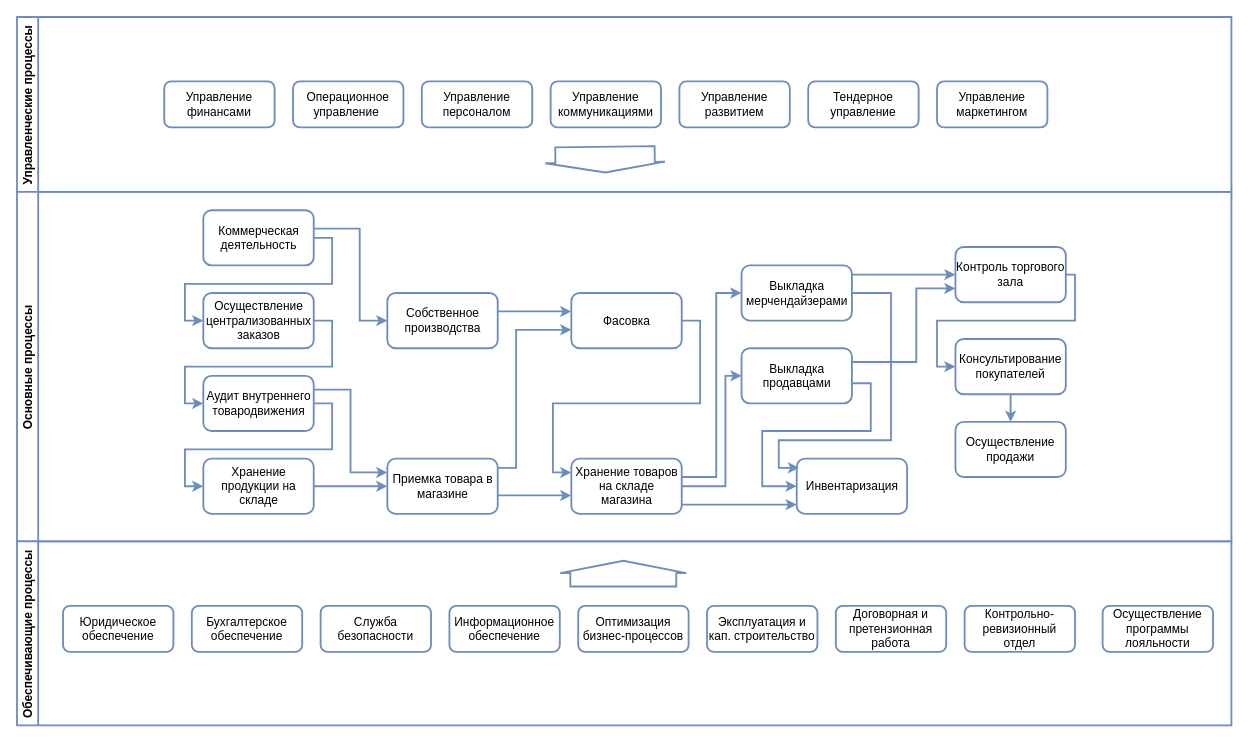
Earlier version of the draw.io diagram testFolder/25.02.22.drawio (Rientaro/lolo). Source tidied: cells renumbered, new cells numbered last; positions are measured from the earlier drawing's top-left corner, leaving out a move shared by most shapes. Both pictures are drawn from the tidied source at 92%, with x=0, y=0 at pixel (17, 17).
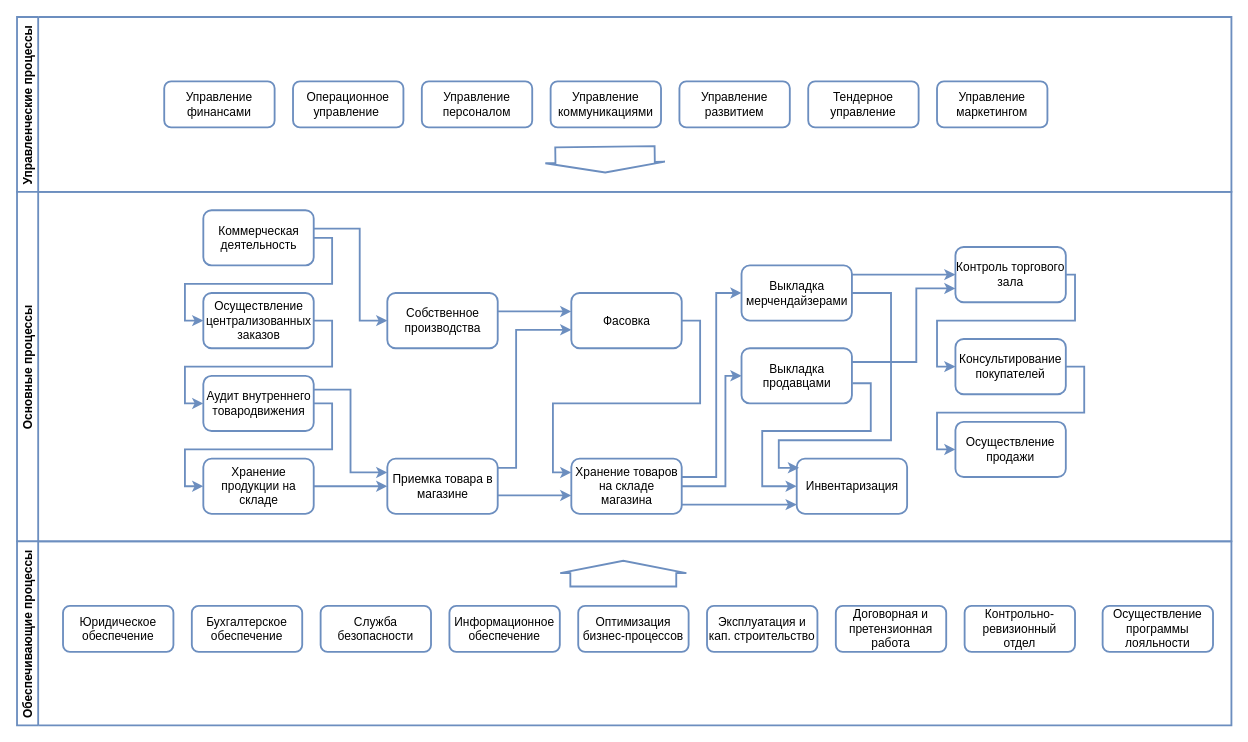
The same diagram, later.

The change refers to these unchanged cells:
```xml
<mxCell id="11" value="Основные процессы" style="swimlane;horizontal=0;fontSize=13;strokeColor=#6C8EBF;strokeWidth=2;" parent="1" vertex="1">
  <mxGeometry y="190" width="1320" height="380" as="geometry" />
</mxCell>
<mxCell id="33" value="Консультирование покупателей" style="whiteSpace=wrap;html=1;rounded=1;fontSize=13;strokeColor=#6C8EBF;strokeWidth=2;" parent="11" vertex="1">
  <mxGeometry x="1020" y="160" width="120" height="60" as="geometry" />
</mxCell>
<mxCell id="35" value="Осуществление продажи" style="whiteSpace=wrap;html=1;rounded=1;fontSize=13;strokeColor=#6C8EBF;strokeWidth=2;" parent="11" vertex="1">
  <mxGeometry x="1020" y="250" width="120" height="60" as="geometry" />
</mxCell>
```

What changed in the source:
```diff
@@
-    <mxCell id="36" style="edgeStyle=orthogonalEdgeStyle;rounded=0;jettySize=auto;html=1;fontSize=13;strokeColor=#6C8EBF;strokeWidth=2;" parent="11" edge="1" source="33" target="35">
+    <mxCell id="36" style="edgeStyle=orthogonalEdgeStyle;rounded=0;jettySize=auto;html=1;fontSize=13;strokeColor=#6C8EBF;strokeWidth=2;entryX=0;entryY=0.5;entryDx=0;entryDy=0;exitX=1;exitY=0.5;exitDx=0;exitDy=0;" parent="11" edge="1" source="33" target="35">
       <mxGeometry relative="1" as="geometry" />
     </mxCell>
```
